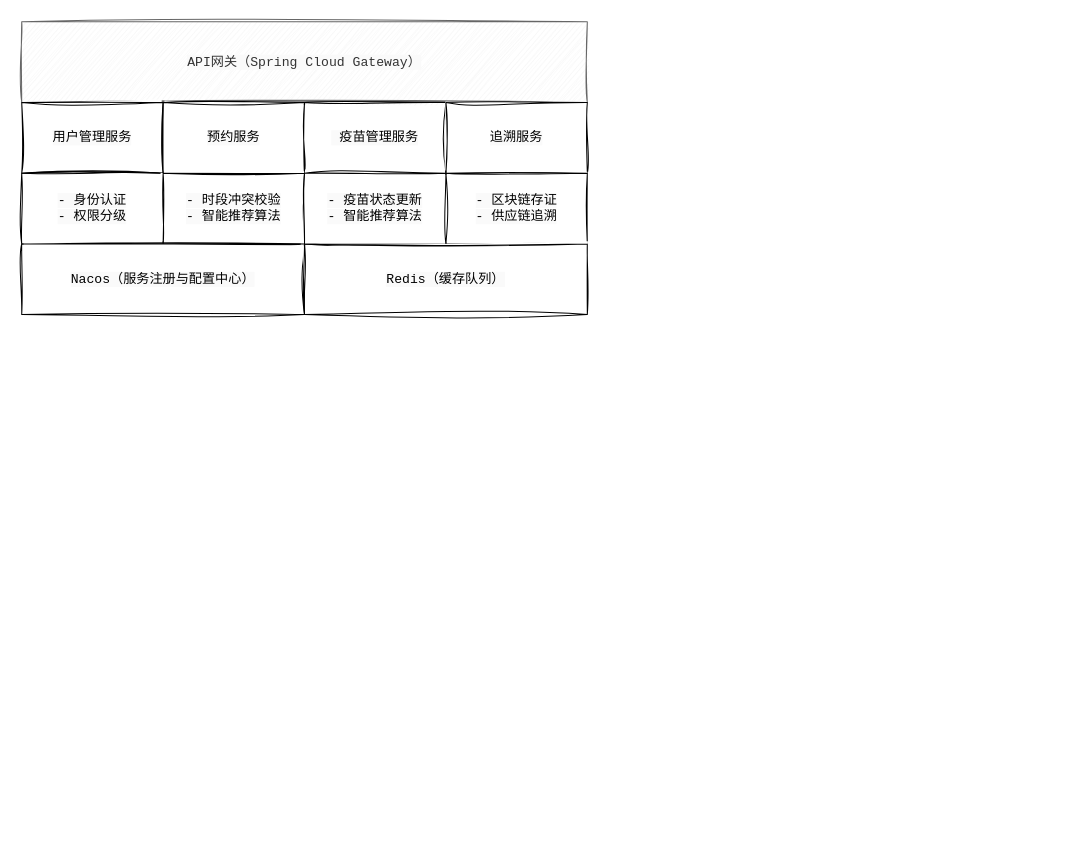
This is 后端架构图.drawio from echo-125/ChartTest, a draw.io file, before an edit. Source tidied: cells renumbered, new cells numbered last; positions are measured from the earlier drawing's top-left corner, leaving out a move shared by most shapes. Both pictures are drawn from the tidied source at 101%, with x=0, y=0 at pixel (21, 21).
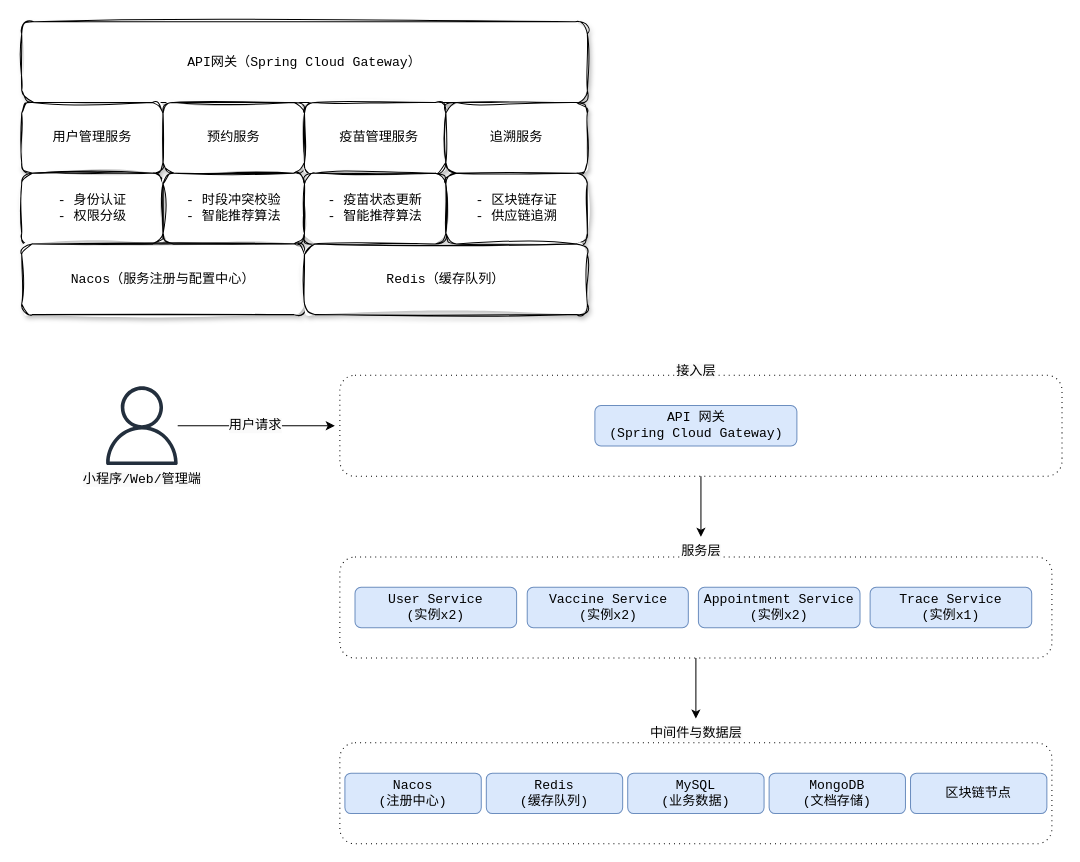
The same page after the edit.

Commit message (it also covers changes not shown here):
更新后端架构图.drawio

What changed in the source:
```diff
@@
-    <mxCell id="2" value="&lt;span style=&quot;font-family: &amp;quot;Cascadia Code&amp;quot;, &amp;quot;Fira Code&amp;quot;, Consolas, monospace; font-size: 13px; text-align: start; white-space: pre; background-color: rgb(250, 250, 250);&quot;&gt;API网关（Spring Cloud Gateway）&lt;/span&gt;" style="rounded=0;whiteSpace=wrap;html=1;fillColor=#f5f5f5;fontColor=#333333;strokeColor=#666666;sketch=1;curveFitting=1;jiggle=2;" parent="1" vertex="1">
+    <mxCell id="2" value="&lt;span style=&quot;font-family: &amp;quot;Cascadia Code&amp;quot;, &amp;quot;Fira Code&amp;quot;, Consolas, monospace; font-size: 13px; text-align: start; white-space: pre;&quot;&gt;API网关（Spring Cloud Gateway）&lt;/span&gt;" style="rounded=1;whiteSpace=wrap;html=1;labelBackgroundColor=none;fontColor=default;textShadow=0;glass=0;shadow=1;sketch=1;curveFitting=1;jiggle=2;" parent="1" vertex="1">
       <mxGeometry width="560" height="80" as="geometry" />
     </mxCell>
-    <mxCell id="3" value="&lt;span style=&quot;font-family: &amp;quot;Cascadia Code&amp;quot;, &amp;quot;Fira Code&amp;quot;, Consolas, monospace; font-size: 13px; text-align: start; white-space: pre; background-color: rgb(250, 250, 250);&quot;&gt;用户管理服务&lt;/span&gt;" style="rounded=0;whiteSpace=wrap;html=1;sketch=1;curveFitting=1;jiggle=2;" parent="1" vertex="1">
+    <mxCell id="3" value="&lt;span style=&quot;font-family: &amp;quot;Cascadia Code&amp;quot;, &amp;quot;Fira Code&amp;quot;, Consolas, monospace; font-size: 13px; text-align: start; white-space: pre;&quot;&gt;用户管理服务&lt;/span&gt;" style="rounded=1;whiteSpace=wrap;html=1;labelBackgroundColor=none;fontColor=default;textShadow=0;glass=0;shadow=1;sketch=1;curveFitting=1;jiggle=2;" parent="1" vertex="1">
       <mxGeometry y="80" width="140" height="70" as="geometry" />
     </mxCell>
-    <mxCell id="4" value="&lt;span style=&quot;font-family: &amp;quot;Cascadia Code&amp;quot;, &amp;quot;Fira Code&amp;quot;, Consolas, monospace; font-size: 13px; text-align: start; white-space: pre; background-color: rgb(250, 250, 250);&quot;&gt;预约服务&lt;/span&gt;" style="rounded=0;whiteSpace=wrap;html=1;sketch=1;curveFitting=1;jiggle=2;" parent="1" vertex="1">
+    <mxCell id="4" value="&lt;span style=&quot;font-family: &amp;quot;Cascadia Code&amp;quot;, &amp;quot;Fira Code&amp;quot;, Consolas, monospace; font-size: 13px; text-align: start; white-space: pre;&quot;&gt;预约服务&lt;/span&gt;" style="rounded=1;whiteSpace=wrap;html=1;labelBackgroundColor=none;fontColor=default;textShadow=0;glass=0;shadow=1;sketch=1;curveFitting=1;jiggle=2;" parent="1" vertex="1">
       <mxGeometry x="140" y="80" width="140" height="70" as="geometry" />
     </mxCell>
-    <mxCell id="5" value="&lt;span style=&quot;font-family: &amp;quot;Cascadia Code&amp;quot;, &amp;quot;Fira Code&amp;quot;, Consolas, monospace; font-size: 13px; text-align: start; white-space: pre; background-color: rgb(250, 250, 250);&quot;&gt; 疫苗管理服务&lt;/span&gt;" style="rounded=0;whiteSpace=wrap;html=1;sketch=1;curveFitting=1;jiggle=2;" parent="1" vertex="1">
+    <mxCell id="5" value="&lt;span style=&quot;font-family: &amp;quot;Cascadia Code&amp;quot;, &amp;quot;Fira Code&amp;quot;, Consolas, monospace; font-size: 13px; text-align: start; white-space: pre;&quot;&gt; 疫苗管理服务&lt;/span&gt;" style="rounded=1;whiteSpace=wrap;html=1;labelBackgroundColor=none;fontColor=default;textShadow=0;glass=0;shadow=1;sketch=1;curveFitting=1;jiggle=2;" parent="1" vertex="1">
       <mxGeometry x="280" y="80" width="140" height="70" as="geometry" />
     </mxCell>
-    <mxCell id="6" value="&lt;span style=&quot;font-family: &amp;quot;Cascadia Code&amp;quot;, &amp;quot;Fira Code&amp;quot;, Consolas, monospace; font-size: 13px; text-align: start; white-space: pre; background-color: rgb(250, 250, 250);&quot;&gt;追溯服务&lt;/span&gt;" style="rounded=0;whiteSpace=wrap;html=1;sketch=1;curveFitting=1;jiggle=2;" parent="1" vertex="1">
+    <mxCell id="6" value="&lt;span style=&quot;font-family: &amp;quot;Cascadia Code&amp;quot;, &amp;quot;Fira Code&amp;quot;, Consolas, monospace; font-size: 13px; text-align: start; white-space: pre;&quot;&gt;追溯服务&lt;/span&gt;" style="rounded=1;whiteSpace=wrap;html=1;labelBackgroundColor=none;fontColor=default;textShadow=0;glass=0;shadow=1;sketch=1;curveFitting=1;jiggle=2;" parent="1" vertex="1">
       <mxGeometry x="420" y="80" width="140" height="70" as="geometry" />
     </mxCell>
-    <mxCell id="7" value="&lt;span style=&quot;font-family: &amp;quot;Cascadia Code&amp;quot;, &amp;quot;Fira Code&amp;quot;, Consolas, monospace; font-size: 13px; text-align: start; white-space: pre; background-color: rgb(250, 250, 250);&quot;&gt;- 身份认证&lt;br/&gt;- 权限分级&lt;br/&gt;&lt;/span&gt;" style="rounded=0;whiteSpace=wrap;html=1;sketch=1;curveFitting=1;jiggle=2;" parent="1" vertex="1">
+    <mxCell id="7" value="&lt;span style=&quot;font-family: &amp;quot;Cascadia Code&amp;quot;, &amp;quot;Fira Code&amp;quot;, Consolas, monospace; font-size: 13px; text-align: start; white-space: pre;&quot;&gt;- 身份认证&lt;br&gt;- 权限分级&lt;br&gt;&lt;/span&gt;" style="rounded=1;whiteSpace=wrap;html=1;labelBackgroundColor=none;fontColor=default;textShadow=0;glass=0;shadow=1;sketch=1;curveFitting=1;jiggle=2;" parent="1" vertex="1">
       <mxGeometry y="150" width="140" height="70" as="geometry" />
     </mxCell>
-    <mxCell id="8" value="&lt;span style=&quot;font-family: &amp;quot;Cascadia Code&amp;quot;, &amp;quot;Fira Code&amp;quot;, Consolas, monospace; font-size: 13px; text-align: start; white-space: pre; background-color: rgb(250, 250, 250);&quot;&gt;- 时段冲突校验&lt;br/&gt;- 智能推荐算法&lt;br/&gt;&lt;/span&gt;" style="rounded=0;whiteSpace=wrap;html=1;sketch=1;curveFitting=1;jiggle=2;" parent="1" vertex="1">
+    <mxCell id="8" value="&lt;span style=&quot;font-family: &amp;quot;Cascadia Code&amp;quot;, &amp;quot;Fira Code&amp;quot;, Consolas, monospace; font-size: 13px; text-align: start; white-space: pre;&quot;&gt;- 时段冲突校验&lt;br&gt;- 智能推荐算法&lt;br&gt;&lt;/span&gt;" style="rounded=1;whiteSpace=wrap;html=1;labelBackgroundColor=none;fontColor=default;textShadow=0;glass=0;shadow=1;sketch=1;curveFitting=1;jiggle=2;" parent="1" vertex="1">
       <mxGeometry x="140" y="150" width="140" height="70" as="geometry" />
     </mxCell>
-    <mxCell id="9" value="&lt;span style=&quot;font-family: &amp;quot;Cascadia Code&amp;quot;, &amp;quot;Fira Code&amp;quot;, Consolas, monospace; font-size: 13px; text-align: start; white-space: pre; background-color: rgb(250, 250, 250);&quot;&gt;- 疫苗状态更新&lt;br&gt;- 智能推荐算法&lt;/span&gt;" style="rounded=0;whiteSpace=wrap;html=1;sketch=1;curveFitting=1;jiggle=2;" parent="1" vertex="1">
+    <mxCell id="9" value="&lt;span style=&quot;font-family: &amp;quot;Cascadia Code&amp;quot;, &amp;quot;Fira Code&amp;quot;, Consolas, monospace; font-size: 13px; text-align: start; white-space: pre;&quot;&gt;- 疫苗状态更新&lt;br&gt;- 智能推荐算法&lt;/span&gt;" style="rounded=1;whiteSpace=wrap;html=1;labelBackgroundColor=none;fontColor=default;textShadow=0;glass=0;shadow=1;sketch=1;curveFitting=1;jiggle=2;" parent="1" vertex="1">
       <mxGeometry x="280" y="150" width="140" height="70" as="geometry" />
     </mxCell>
-    <mxCell id="10" value="&lt;span style=&quot;font-family: &amp;quot;Cascadia Code&amp;quot;, &amp;quot;Fira Code&amp;quot;, Consolas, monospace; font-size: 13px; text-align: start; white-space: pre; background-color: rgb(250, 250, 250);&quot;&gt;- 区块链存证&lt;br/&gt;- 供应链追溯&lt;br/&gt;&lt;/span&gt;" style="rounded=0;whiteSpace=wrap;html=1;sketch=1;curveFitting=1;jiggle=2;" parent="1" vertex="1">
+    <mxCell id="10" value="&lt;span style=&quot;font-family: &amp;quot;Cascadia Code&amp;quot;, &amp;quot;Fira Code&amp;quot;, Consolas, monospace; font-size: 13px; text-align: start; white-space: pre;&quot;&gt;- 区块链存证&lt;br&gt;- 供应链追溯&lt;br&gt;&lt;/span&gt;" style="rounded=1;whiteSpace=wrap;html=1;labelBackgroundColor=none;fontColor=default;textShadow=0;glass=0;shadow=1;sketch=1;curveFitting=1;jiggle=2;" parent="1" vertex="1">
       <mxGeometry x="420" y="150" width="140" height="70" as="geometry" />
     </mxCell>
-    <mxCell id="11" value="&lt;span style=&quot;font-family: &amp;quot;Cascadia Code&amp;quot;, &amp;quot;Fira Code&amp;quot;, Consolas, monospace; font-size: 13px; text-align: start; white-space: pre; background-color: rgb(250, 250, 250);&quot;&gt;Nacos（服务注册与配置中心）&lt;/span&gt;" style="rounded=0;whiteSpace=wrap;html=1;sketch=1;curveFitting=1;jiggle=2;" parent="1" vertex="1">
+    <mxCell id="11" value="&lt;span style=&quot;font-family: &amp;quot;Cascadia Code&amp;quot;, &amp;quot;Fira Code&amp;quot;, Consolas, monospace; font-size: 13px; text-align: start; white-space: pre;&quot;&gt;Nacos（服务注册与配置中心）&lt;/span&gt;" style="rounded=1;whiteSpace=wrap;html=1;labelBackgroundColor=none;fontColor=default;textShadow=0;glass=0;shadow=1;sketch=1;curveFitting=1;jiggle=2;" parent="1" vertex="1">
       <mxGeometry y="220" width="280" height="70" as="geometry" />
     </mxCell>
-    <mxCell id="12" value="&lt;span style=&quot;font-family: &amp;quot;Cascadia Code&amp;quot;, &amp;quot;Fira Code&amp;quot;, Consolas, monospace; font-size: 13px; text-align: start; white-space: pre; background-color: rgb(250, 250, 250);&quot;&gt;Redis（缓存队列）&lt;/span&gt;" style="rounded=0;whiteSpace=wrap;html=1;sketch=1;curveFitting=1;jiggle=2;" parent="1" vertex="1">
+    <mxCell id="12" value="&lt;span style=&quot;font-family: &amp;quot;Cascadia Code&amp;quot;, &amp;quot;Fira Code&amp;quot;, Consolas, monospace; font-size: 13px; text-align: start; white-space: pre;&quot;&gt;Redis（缓存队列）&lt;/span&gt;" style="rounded=1;whiteSpace=wrap;html=1;labelBackgroundColor=none;fontColor=default;textShadow=0;glass=0;shadow=1;sketch=1;curveFitting=1;jiggle=2;" parent="1" vertex="1">
       <mxGeometry x="280" y="220" width="280" height="70" as="geometry" />
     </mxCell>
+    <mxCell id="13" style="edgeStyle=orthogonalEdgeStyle;rounded=0;jettySize=auto;html=1;" parent="1" edge="1" source="14" target="32">
+      <mxGeometry relative="1" as="geometry" />
+    </mxCell>
+    <mxCell id="14" style="rounded=1;whiteSpace=wrap;html=1;dashed=1;dashPattern=1 4;fillColor=none;" parent="1" vertex="1">
+      <mxGeometry x="315" y="350" width="715" height="100" as="geometry" />
+    </mxCell>
+    <mxCell id="15" value="&lt;span style=&quot;font-family: &amp;quot;Cascadia Code&amp;quot;, &amp;quot;Fira Code&amp;quot;, Consolas, monospace; font-size: 13px; text-align: start; white-space: pre;&quot;&gt;API 网关&lt;br&gt;&lt;/span&gt;&lt;span style=&quot;font-family: &amp;quot;Cascadia Code&amp;quot;, &amp;quot;Fira Code&amp;quot;, Consolas, monospace; font-size: 13px; text-align: start; white-space: pre;&quot;&gt;(Spring Cloud Gateway)&lt;/span&gt;&lt;span style=&quot;font-family: &amp;quot;Cascadia Code&amp;quot;, &amp;quot;Fira Code&amp;quot;, Consolas, monospace; font-size: 13px; text-align: start; white-space: pre;&quot;&gt;&lt;/span&gt;" style="rounded=1;whiteSpace=wrap;html=1;fillColor=#dae8fc;strokeColor=#6c8ebf;fontColor=default;labelBackgroundColor=none;" parent="1" vertex="1">
+      <mxGeometry x="567.5" y="380" width="200" height="40" as="geometry" />
+    </mxCell>
+    <mxCell id="16" style="edgeStyle=orthogonalEdgeStyle;rounded=0;jettySize=auto;html=1;" parent="1" edge="1" source="18">
+      <mxGeometry relative="1" as="geometry">
+        <mxPoint x="310" y="400" as="targetPoint" />
+      </mxGeometry>
+    </mxCell>
+    <mxCell id="17" value="&lt;span style=&quot;font-family: &amp;quot;Cascadia Code&amp;quot;, &amp;quot;Fira Code&amp;quot;, Consolas, monospace; font-size: 13px; text-align: start; white-space-collapse: preserve; background-color: rgb(250, 250, 250);&quot;&gt;用户请求&lt;/span&gt;" style="edgeLabel;html=1;align=center;verticalAlign=middle;" parent="16" vertex="1">
+      <mxGeometry x="-0.02" y="1" relative="1" as="geometry" />
+    </mxCell>
+    <mxCell id="18" value="&lt;span style=&quot;color: rgb(0, 0, 0); font-family: &amp;quot;Cascadia Code&amp;quot;, &amp;quot;Fira Code&amp;quot;, Consolas, monospace; font-size: 13px; text-align: start; white-space-collapse: preserve; background-color: rgb(250, 250, 250);&quot;&gt;小程序/Web/管理端&lt;/span&gt;" style="sketch=0;outlineConnect=0;fontColor=#232F3E;gradientColor=none;fillColor=#232F3D;strokeColor=none;dashed=0;verticalLabelPosition=bottom;verticalAlign=top;align=center;html=1;fontSize=12;fontStyle=0;shape=mxgraph.aws4.user;" parent="1" vertex="1">
+      <mxGeometry x="80" y="361" width="78" height="78" as="geometry" />
+    </mxCell>
+    <mxCell id="19" style="edgeStyle=orthogonalEdgeStyle;rounded=0;jettySize=auto;html=1;" parent="1" edge="1" source="20" target="33">
+      <mxGeometry relative="1" as="geometry" />
+    </mxCell>
+    <mxCell id="20" style="rounded=1;whiteSpace=wrap;html=1;dashed=1;dashPattern=1 4;fillColor=none;labelBackgroundColor=none;" parent="1" vertex="1">
+      <mxGeometry x="315" y="530" width="705" height="100" as="geometry" />
+    </mxCell>
+    <mxCell id="21" value="&lt;span style=&quot;font-family: &amp;quot;Cascadia Code&amp;quot;, &amp;quot;Fira Code&amp;quot;, Consolas, monospace; font-size: 13px; text-align: start; white-space: pre;&quot;&gt;User &lt;/span&gt;&lt;span style=&quot;font-family: &amp;quot;Cascadia Code&amp;quot;, &amp;quot;Fira Code&amp;quot;, Consolas, monospace; font-size: 13px; text-align: start; white-space: pre;&quot;&gt;Service&lt;br&gt;(实例x2)&lt;br&gt;&lt;/span&gt;" style="rounded=1;whiteSpace=wrap;html=1;fillColor=#dae8fc;strokeColor=#6c8ebf;fontColor=default;labelBackgroundColor=none;" parent="1" vertex="1">
+      <mxGeometry x="330" y="560" width="160" height="40" as="geometry" />
+    </mxCell>
+    <mxCell id="22" value="&lt;span style=&quot;font-family: &amp;quot;Cascadia Code&amp;quot;, &amp;quot;Fira Code&amp;quot;, Consolas, monospace; font-size: 13px; text-align: start; white-space: pre;&quot;&gt;Vaccine &lt;/span&gt;&lt;span style=&quot;font-family: &amp;quot;Cascadia Code&amp;quot;, &amp;quot;Fira Code&amp;quot;, Consolas, monospace; font-size: 13px; text-align: start; white-space: pre;&quot;&gt;Service&lt;br&gt;(实例x2)&lt;br&gt;&lt;/span&gt;" style="rounded=1;whiteSpace=wrap;html=1;fillColor=#dae8fc;strokeColor=#6c8ebf;fontColor=default;labelBackgroundColor=none;" parent="1" vertex="1">
+      <mxGeometry x="500.5" y="560" width="159.5" height="40" as="geometry" />
+    </mxCell>
+    <mxCell id="23" value="&lt;span style=&quot;font-family: &amp;quot;Cascadia Code&amp;quot;, &amp;quot;Fira Code&amp;quot;, Consolas, monospace; font-size: 13px; text-align: start; white-space: pre;&quot;&gt;Appointment &lt;/span&gt;&lt;span style=&quot;font-family: &amp;quot;Cascadia Code&amp;quot;, &amp;quot;Fira Code&amp;quot;, Consolas, monospace; font-size: 13px; text-align: start; white-space: pre;&quot;&gt;Service&lt;br&gt;(实例x2)&lt;br&gt;&lt;/span&gt;" style="rounded=1;whiteSpace=wrap;html=1;fillColor=#dae8fc;strokeColor=#6c8ebf;fontColor=default;labelBackgroundColor=none;" parent="1" vertex="1">
+      <mxGeometry x="670" y="560" width="160" height="40" as="geometry" />
+    </mxCell>
+    <mxCell id="24" value="&lt;span style=&quot;font-family: &amp;quot;Cascadia Code&amp;quot;, &amp;quot;Fira Code&amp;quot;, Consolas, monospace; font-size: 13px; text-align: start; white-space: pre;&quot;&gt;Trace &lt;/span&gt;&lt;span style=&quot;font-family: &amp;quot;Cascadia Code&amp;quot;, &amp;quot;Fira Code&amp;quot;, Consolas, monospace; font-size: 13px; text-align: start; white-space: pre;&quot;&gt;Service&lt;br&gt;(实例x1)&lt;br&gt;&lt;/span&gt;" style="rounded=1;whiteSpace=wrap;html=1;fillColor=#dae8fc;strokeColor=#6c8ebf;fontColor=default;labelBackgroundColor=none;" parent="1" vertex="1">
+      <mxGeometry x="840" y="560" width="160" height="40" as="geometry" />
+    </mxCell>
+    <mxCell id="25" style="rounded=1;whiteSpace=wrap;html=1;dashed=1;dashPattern=1 4;fillColor=none;labelBackgroundColor=none;fontColor=default;" parent="1" vertex="1">
+      <mxGeometry x="315" y="714" width="705" height="100" as="geometry" />
+    </mxCell>
+    <mxCell id="26" value="&lt;span style=&quot;font-family: &amp;quot;Cascadia Code&amp;quot;, &amp;quot;Fira Code&amp;quot;, Consolas, monospace; font-size: 13px; text-align: start; white-space: pre;&quot;&gt;Nacos&lt;br&gt;(注册中心)&lt;br&gt;&lt;/span&gt;&lt;span style=&quot;font-family: &amp;quot;Cascadia Code&amp;quot;, &amp;quot;Fira Code&amp;quot;, Consolas, monospace; font-size: 13px; text-align: start; white-space: pre;&quot;&gt;&lt;/span&gt;" style="rounded=1;whiteSpace=wrap;html=1;fillColor=#dae8fc;strokeColor=#6c8ebf;fontColor=default;labelBackgroundColor=none;" parent="1" vertex="1">
+      <mxGeometry x="320" y="744" width="135" height="40" as="geometry" />
+    </mxCell>
+    <mxCell id="27" value="&lt;span style=&quot;font-family: &amp;quot;Cascadia Code&amp;quot;, &amp;quot;Fira Code&amp;quot;, Consolas, monospace; font-size: 13px; text-align: start; white-space: pre;&quot;&gt;Redis&lt;br&gt;(缓存队列)&lt;br&gt;&lt;/span&gt;" style="rounded=1;whiteSpace=wrap;html=1;fillColor=#dae8fc;strokeColor=#6c8ebf;fontColor=default;labelBackgroundColor=none;" parent="1" vertex="1">
+      <mxGeometry x="460" y="744" width="135" height="40" as="geometry" />
+    </mxCell>
+    <mxCell id="28" value="&lt;span style=&quot;font-family: &amp;quot;Cascadia Code&amp;quot;, &amp;quot;Fira Code&amp;quot;, Consolas, monospace; font-size: 13px; text-align: start; white-space: pre;&quot;&gt;MySQL&lt;br&gt;(业务数据)&lt;br&gt;&lt;/span&gt;" style="rounded=1;whiteSpace=wrap;html=1;fillColor=#dae8fc;strokeColor=#6c8ebf;fontColor=default;labelBackgroundColor=none;" parent="1" vertex="1">
+      <mxGeometry x="600" y="744" width="135" height="40" as="geometry" />
+    </mxCell>
+    <mxCell id="29" value="&lt;span style=&quot;font-family: &amp;quot;Cascadia Code&amp;quot;, &amp;quot;Fira Code&amp;quot;, Consolas, monospace; font-size: 13px; text-align: start; white-space: pre;&quot;&gt;MongoDB&lt;br&gt;(文档存储)&lt;br&gt;&lt;/span&gt;" style="rounded=1;whiteSpace=wrap;html=1;fillColor=#dae8fc;strokeColor=#6c8ebf;fontColor=default;labelBackgroundColor=none;" parent="1" vertex="1">
+      <mxGeometry x="740" y="744" width="135" height="40" as="geometry" />
+    </mxCell>
+    <mxCell id="30" value="&lt;span style=&quot;font-family: &amp;quot;Cascadia Code&amp;quot;, &amp;quot;Fira Code&amp;quot;, Consolas, monospace; font-size: 13px; text-align: start; white-space: pre;&quot;&gt;区块链节点&lt;br&gt;&lt;/span&gt;&lt;span style=&quot;font-family: &amp;quot;Cascadia Code&amp;quot;, &amp;quot;Fira Code&amp;quot;, Consolas, monospace; font-size: 13px; text-align: start; white-space: pre;&quot;&gt;&lt;/span&gt;" style="rounded=1;whiteSpace=wrap;html=1;fillColor=#dae8fc;strokeColor=#6c8ebf;fontColor=default;labelBackgroundColor=none;" parent="1" vertex="1">
+      <mxGeometry x="880" y="744" width="135" height="40" as="geometry" />
+    </mxCell>
+    <mxCell id="31" value="&lt;span style=&quot;font-family: &amp;quot;Cascadia Code&amp;quot;, &amp;quot;Fira Code&amp;quot;, Consolas, monospace; font-size: 13px; text-align: start; white-space: pre; background-color: rgb(250, 250, 250);&quot;&gt;接入层&lt;/span&gt;" style="text;html=1;align=center;verticalAlign=middle;whiteSpace=wrap;rounded=0;" parent="1" vertex="1">
+      <mxGeometry x="637.5" y="331" width="60" height="30" as="geometry" />
+    </mxCell>
+    <mxCell id="32" value="&lt;span style=&quot;font-family: &amp;quot;Cascadia Code&amp;quot;, &amp;quot;Fira Code&amp;quot;, Consolas, monospace; font-size: 13px; text-align: start; white-space: pre; background-color: rgb(250, 250, 250);&quot;&gt;服务层&lt;/span&gt;" style="text;html=1;align=center;verticalAlign=middle;whiteSpace=wrap;rounded=0;" parent="1" vertex="1">
+      <mxGeometry x="642.5" y="510" width="60" height="30" as="geometry" />
+    </mxCell>
+    <mxCell id="33" value="&lt;span style=&quot;font-family: &amp;quot;Cascadia Code&amp;quot;, &amp;quot;Fira Code&amp;quot;, Consolas, monospace; font-size: 13px; text-align: start; white-space: pre; background-color: rgb(250, 250, 250);&quot;&gt;中间件与数据层&lt;/span&gt;" style="text;html=1;align=center;verticalAlign=middle;whiteSpace=wrap;rounded=0;" parent="1" vertex="1">
+      <mxGeometry x="637.5" y="690" width="60" height="30" as="geometry" />
+    </mxCell>
```
